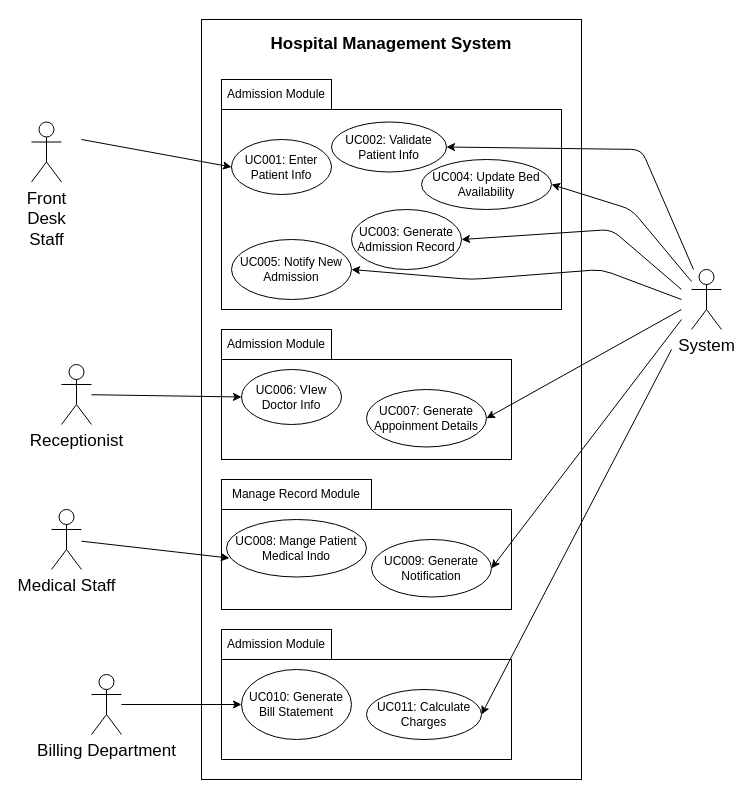
The draw.io diagram exercise/uml/submission/sec01/alovey1014/uc1.drawio in drshahizan/software-engineering, before the edit. Source tidied: cells renumbered, new cells numbered last; positions are measured from the earlier drawing's top-left corner, leaving out a move shared by most shapes. Both pictures are drawn from the tidied source at 100%, with x=0, y=0 at pixel (31, 19).
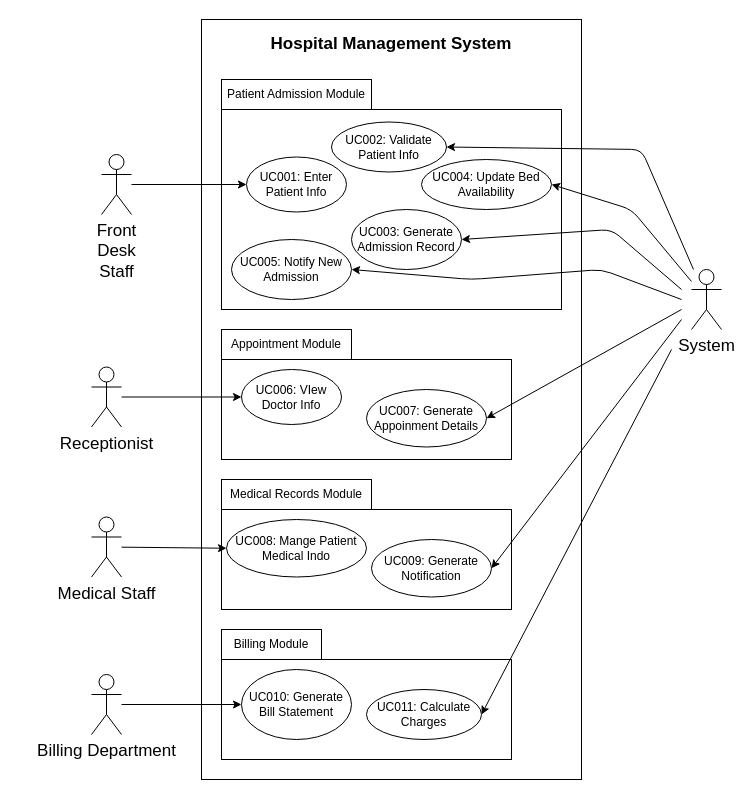
After the change.

The change refers to these unchanged cells:
```xml
<mxCell id="17" value="UC008: Mange Patient Medical Indo" style="ellipse;whiteSpace=wrap;html=1;" parent="1" vertex="1">
  <mxGeometry x="195" y="500" width="140" height="57.5" as="geometry" />
</mxCell>
```

What changed in the source:
```diff
@@
-    <mxCell id="3" value="Admission Module" style="rounded=0;whiteSpace=wrap;html=1;" parent="1" vertex="1">
-      <mxGeometry x="190" y="60" width="110" height="30" as="geometry" />
+    <mxCell id="3" value="Patient Admission Module" style="rounded=0;whiteSpace=wrap;html=1;" parent="1" vertex="1">
+      <mxGeometry x="190" y="60" width="150" height="30" as="geometry" />
     </mxCell>
@@
     <mxCell id="5" value="UC001: Enter Patient Info" style="ellipse;whiteSpace=wrap;html=1;" parent="1" vertex="1">
-      <mxGeometry x="200" y="120" width="100" height="55" as="geometry" />
+      <mxGeometry x="215" y="137.5" width="100" height="55" as="geometry" />
     </mxCell>
@@
-    <mxCell id="10" value="Admission Module" style="rounded=0;whiteSpace=wrap;html=1;" parent="1" vertex="1">
-      <mxGeometry x="190" y="310" width="110" height="30" as="geometry" />
+    <mxCell id="10" value="Appointment Module" style="rounded=0;whiteSpace=wrap;html=1;" parent="1" vertex="1">
+      <mxGeometry x="190" y="310" width="130" height="30" as="geometry" />
     </mxCell>
@@
-    <mxCell id="15" value="Manage Record Module" style="rounded=0;whiteSpace=wrap;html=1;" parent="1" vertex="1">
+    <mxCell id="15" value="Medical Records Module" style="rounded=0;whiteSpace=wrap;html=1;" parent="1" vertex="1">
       <mxGeometry x="190" y="460" width="150" height="30" as="geometry" />
     </mxCell>
@@
-    <mxCell id="19" value="Admission Module" style="rounded=0;whiteSpace=wrap;html=1;" parent="1" vertex="1">
-      <mxGeometry x="190" y="610" width="110" height="30" as="geometry" />
+    <mxCell id="19" value="Billing Module" style="rounded=0;whiteSpace=wrap;html=1;" parent="1" vertex="1">
+      <mxGeometry x="190" y="610" width="100" height="30" as="geometry" />
     </mxCell>
@@
-    <mxCell id="23" value="Front&lt;br&gt;Desk &lt;br&gt;Staff" style="shape=umlActor;verticalLabelPosition=bottom;verticalAlign=top;html=1;outlineConnect=0;fontSize=17;" parent="1" vertex="1">
-      <mxGeometry y="102.5" width="30" height="60" as="geometry" />
-    </mxCell>
@@
-    <mxCell id="25" style="edgeStyle=none;html=1;fontSize=17;entryX=0.021;entryY=0.671;entryDx=0;entryDy=0;entryPerimeter=0;" parent="1" edge="1" source="26" target="17">
+    <mxCell id="25" style="edgeStyle=none;html=1;fontSize=17;entryX=0;entryY=0.5;entryDx=0;entryDy=0;" parent="1" edge="1" source="26" target="17">
       <mxGeometry relative="1" as="geometry" />
     </mxCell>
     <mxCell id="26" value="Medical Staff" style="shape=umlActor;verticalLabelPosition=bottom;verticalAlign=top;html=1;outlineConnect=0;fontSize=17;" parent="1" vertex="1">
-      <mxGeometry x="20" y="490" width="30" height="60" as="geometry" />
+      <mxGeometry x="60" y="497.5" width="30" height="60" as="geometry" />
     </mxCell>
@@
-    <mxCell id="29" style="endArrow=classic;html=1;fontSize=17;entryX=0;entryY=0.5;entryDx=0;entryDy=0;" parent="1" edge="1" target="5">
-      <mxGeometry relative="1" as="geometry">
-        <mxPoint x="50" y="120" as="sourcePoint" />
-      </mxGeometry>
-    </mxCell>
@@
     <mxCell id="35" value="Receptionist" style="shape=umlActor;verticalLabelPosition=bottom;verticalAlign=top;html=1;outlineConnect=0;fontSize=17;" parent="1" vertex="1">
-      <mxGeometry x="30" y="345" width="30" height="60" as="geometry" />
+      <mxGeometry x="60" y="347.5" width="30" height="60" as="geometry" />
     </mxCell>
@@
+    <mxCell id="39" style="edgeStyle=none;html=1;fontSize=17;" parent="1" edge="1" source="23" target="5">
+      <mxGeometry relative="1" as="geometry" />
+    </mxCell>
+    <mxCell id="23" value="Front&lt;br&gt;Desk &lt;br&gt;Staff" style="shape=umlActor;verticalLabelPosition=bottom;verticalAlign=top;html=1;outlineConnect=0;fontSize=17;" parent="1" vertex="1">
+      <mxGeometry x="70" y="135" width="30" height="60" as="geometry" />
+    </mxCell>
```
